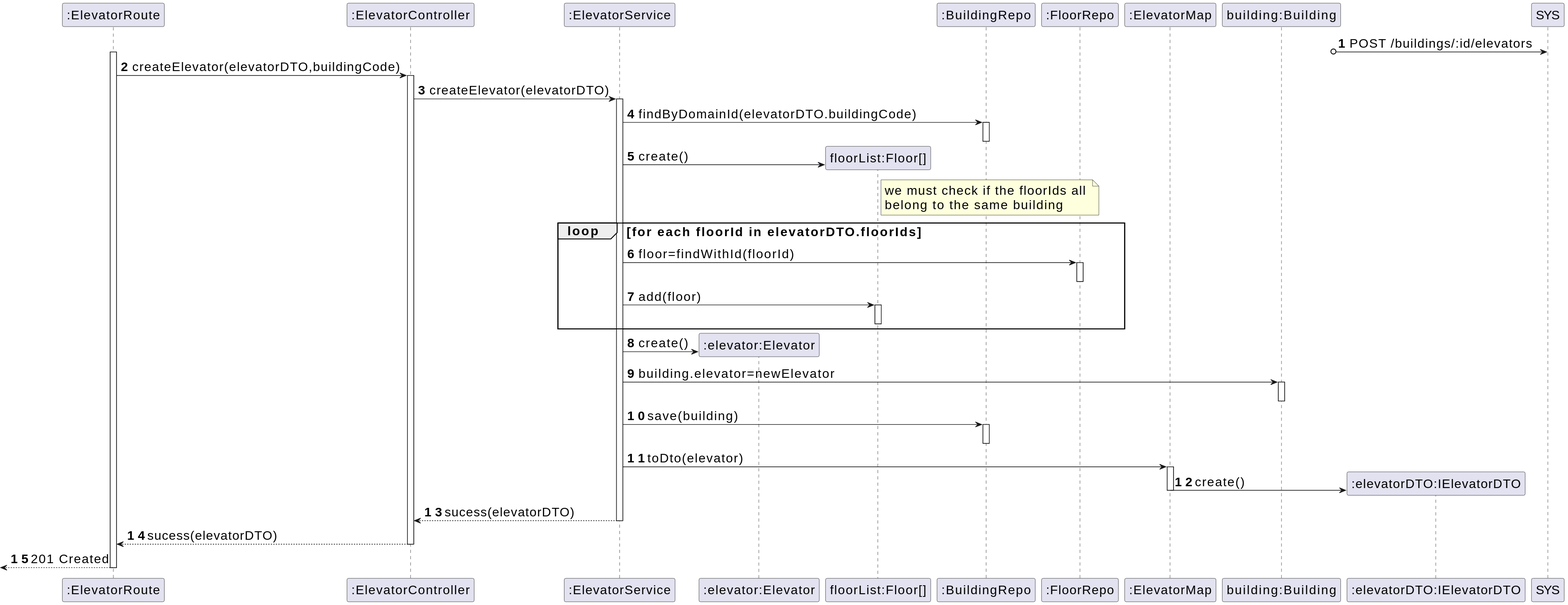
miseEnPlace-dev/lapr5 keeps this PlantUML diagram as _wiki/sprint-a/us13-270/views/level-3/assets/process-view.svg. Above is the earlier version.
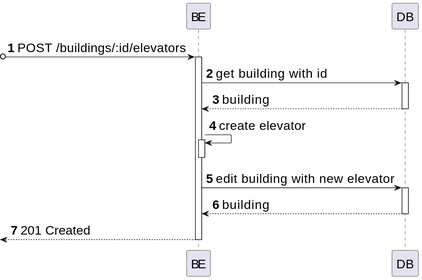
After the change.

Change to the diagram source:
```diff
@@ -1,55 +1,23 @@
 @startuml
 skinparamlocked defaultFontSize 20
 autonumber
-participant ROUTE as ":ElevatorRoute"
-participant CTRL as ":ElevatorController"
-participant SRV as ":ElevatorService"
-participant ELEV as ":elevator:Elevator"
-participant FLIST as "floorList:Floor[]"
-participant BREPO as ":BuildingRepo"
-participant FREPO as ":FloorRepo"
-participant MAP as ":ElevatorMap"
-participant BUILD as "building:Building"
-participant DTO as ":elevatorDTO:IElevatorDTO"
+participant BE as "BE"
+participant DB as "DB"
 
-?o-> SYS : POST /buildings/:id/elevators
-activate ROUTE
+?o-> BE : POST /buildings/:id/elevators
+activate BE
+BE -> DB : get building with id
+activate DB
+DB --> BE : building
+deactivate DB
+BE -> BE : create elevator
+activate BE
+deactivate BE
+BE -> DB : edit building with new elevator
+activate DB
+DB --> BE : building
+deactivate DB
 
-ROUTE -> CTRL : createElevator(elevatorDTO,buildingCode)
-activate CTRL
-CTRL -> SRV : createElevator(elevatorDTO)
-activate SRV
-SRV -> BREPO : findByDomainId(elevatorDTO.buildingCode)
-activate BREPO
-deactivate BREPO
-SRV -> FLIST** : create()
-note right of FLIST
-  we must check if the floorIds all
-  belong to the same building
-end note
-loop for each floorId in elevatorDTO.floorIds
-  SRV -> FREPO : floor=findWithId(floorId)
-  activate FREPO
-  deactivate FREPO
-  SRV -> FLIST : add(floor)
-  activate FLIST
-  deactivate FLIST
-end
-SRV -> ELEV** : create()
-SRV -> BUILD : building.elevator=newElevator
-activate BUILD
-deactivate BUILD
-SRV -> BREPO : save(building)
-activate BREPO
-deactivate BREPO
-SRV -> MAP : toDto(elevator)
-activate MAP
-MAP -> DTO** : create()
-deactivate MAP
-SRV --> CTRL : sucess(elevatorDTO)
-deactivate SRV
-CTRL --> ROUTE : sucess(elevatorDTO)
-deactivate CTRL
-<-- ROUTE : 201 Created
-deactivate ROUTE
+<-- BE : 201 Created
+deactivate BE
 @enduml
```
